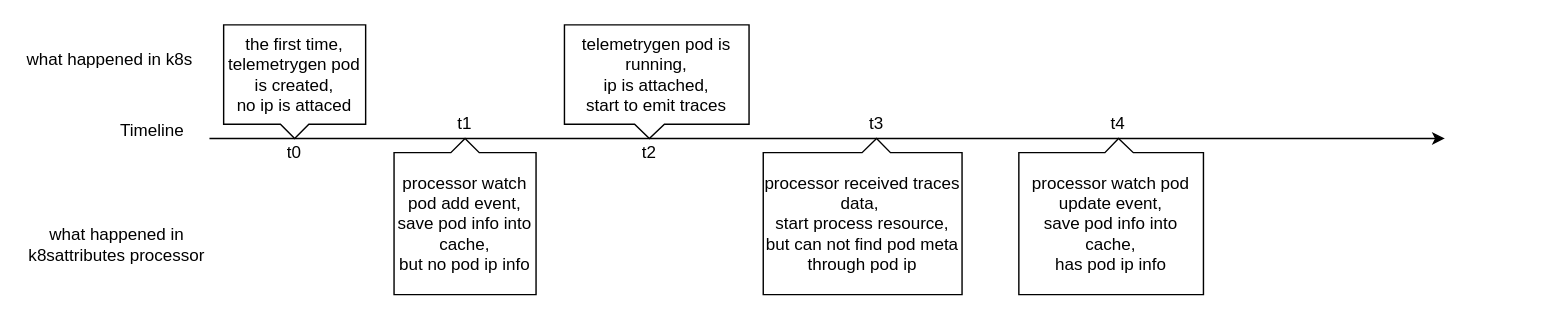
Earlier version of the draw.io diagram opentelemetry/collector/k8sattribute-bug-18892.drawio (fatsheep9146/drawio-registry). Source tidied: cells renumbered, new cells numbered last; positions are measured from the earlier drawing's top-left corner, leaving out a move shared by most shapes. Both pictures are drawn from the tidied source at 142%, with x=0, y=0 at pixel (24, 24).
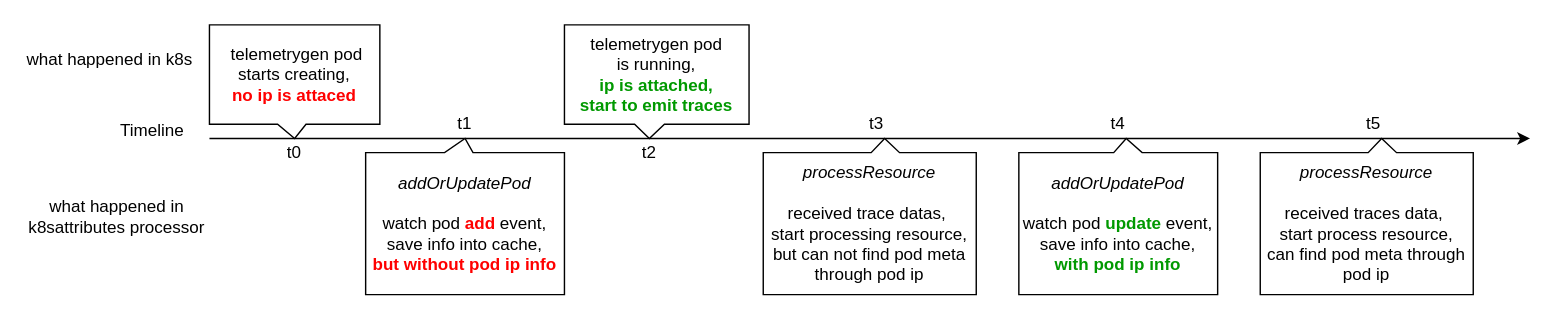
Above is the later version.

Diff of the diagram source:
```diff
@@
 <mxGraphModel>
   <root>
     <mxCell id="0" />
     <mxCell id="1" parent="0" />
     <mxCell id="2" style="endArrow=classic;html=1;rounded=0;" parent="1" edge="1">
       <mxGeometry relative="1" as="geometry">
         <mxPoint x="130" y="80" as="sourcePoint" />
-        <mxPoint x="1000" y="80" as="targetPoint" />
+        <mxPoint x="1060" y="80" as="targetPoint" />
       </mxGeometry>
     </mxCell>
     <mxCell id="3" value="Timeline" style="text;html=1;strokeColor=none;fillColor=none;align=center;verticalAlign=middle;whiteSpace=wrap;rounded=0;" parent="1" vertex="1">
       <mxGeometry x="60" y="60" width="60" height="30" as="geometry" />
     </mxCell>
-    <mxCell id="4" value="the first time, telemetrygen pod is created, &lt;br&gt;no ip is attaced" style="shape=callout;whiteSpace=wrap;html=1;perimeter=calloutPerimeter;size=10;position=0.4;base=20;" parent="1" vertex="1">
-      <mxGeometry x="140" width="100" height="80" as="geometry" />
+    <mxCell id="4" value="&amp;nbsp;telemetrygen pod starts creating, &lt;br&gt;&lt;font color=&quot;#ff0000&quot;&gt;&lt;b&gt;no ip is attaced&lt;/b&gt;&lt;/font&gt;" style="shape=callout;whiteSpace=wrap;html=1;perimeter=calloutPerimeter;size=10;position=0.4;base=20;" parent="1" vertex="1">
+      <mxGeometry x="130" width="120" height="80" as="geometry" />
     </mxCell>
     <mxCell id="5" value="t0" style="text;html=1;strokeColor=none;fillColor=none;align=center;verticalAlign=middle;whiteSpace=wrap;rounded=0;" parent="1" vertex="1">
       <mxGeometry x="160" y="80" width="60" height="20" as="geometry" />
     </mxCell>
-    <mxCell id="6" value="processor watch pod add event, save pod info into cache, &lt;br&gt;but no pod ip info" style="shape=callout;whiteSpace=wrap;html=1;perimeter=calloutPerimeter;size=10;position=0.4;base=20;direction=west;" parent="1" vertex="1">
-      <mxGeometry x="260" y="80" width="100" height="110" as="geometry" />
+    <mxCell id="6" value="&lt;i&gt;addOrUpdatePod&lt;/i&gt;&lt;br&gt;&lt;br&gt;watch pod &lt;b&gt;&lt;font color=&quot;#ff0000&quot;&gt;add&lt;/font&gt;&lt;/b&gt; event, save info into cache, &lt;br&gt;&lt;b&gt;&lt;font color=&quot;#ff0000&quot;&gt;but without pod ip info&lt;/font&gt;&lt;/b&gt;" style="shape=callout;whiteSpace=wrap;html=1;perimeter=calloutPerimeter;size=10;position=0.46;base=20;direction=west;" parent="1" vertex="1">
+      <mxGeometry x="240" y="80" width="140" height="110" as="geometry" />
     </mxCell>
     <mxCell id="7" value="t1" style="text;html=1;strokeColor=none;fillColor=none;align=center;verticalAlign=middle;whiteSpace=wrap;rounded=0;" parent="1" vertex="1">
       <mxGeometry x="280" y="60" width="60" height="20" as="geometry" />
     </mxCell>
     <mxCell id="8" value="what happened in k8s" style="text;html=1;strokeColor=none;fillColor=none;align=center;verticalAlign=middle;whiteSpace=wrap;rounded=0;" parent="1" vertex="1">
       <mxGeometry y="10" width="120" height="30" as="geometry" />
     </mxCell>
     <mxCell id="9" value="what happened in k8sattributes processor" style="text;html=1;strokeColor=none;fillColor=none;align=center;verticalAlign=middle;whiteSpace=wrap;rounded=0;" parent="1" vertex="1">
-      <mxGeometry y="140" width="130" height="30" as="geometry" />
+      <mxGeometry y="120" width="130" height="30" as="geometry" />
     </mxCell>
-    <mxCell id="10" value="telemetrygen pod is running,&lt;br&gt;ip is attached,&lt;br&gt;start to emit traces" style="shape=callout;whiteSpace=wrap;html=1;perimeter=calloutPerimeter;size=10;position=0.38;base=21;position2=0.46;" parent="1" vertex="1">
+    <mxCell id="10" value="telemetrygen pod &lt;br&gt;is running,&lt;br&gt;&lt;font color=&quot;#009900&quot;&gt;&lt;b&gt;ip is attached,&lt;br&gt;start to emit traces&lt;/b&gt;&lt;/font&gt;" style="shape=callout;whiteSpace=wrap;html=1;perimeter=calloutPerimeter;size=10;position=0.38;base=21;position2=0.46;" parent="1" vertex="1">
       <mxGeometry x="380" width="130" height="80" as="geometry" />
     </mxCell>
     <mxCell id="11" value="t2" style="text;html=1;strokeColor=none;fillColor=none;align=center;verticalAlign=middle;whiteSpace=wrap;rounded=0;" parent="1" vertex="1">
       <mxGeometry x="410" y="80" width="60" height="20" as="geometry" />
     </mxCell>
-    <mxCell id="12" value="processor received traces data,&amp;nbsp;&lt;br&gt;start process resource,&lt;br&gt;but can not find pod meta through pod ip" style="shape=callout;whiteSpace=wrap;html=1;perimeter=calloutPerimeter;size=10;position=0.36;base=20;direction=west;position2=0.43;" parent="1" vertex="1">
-      <mxGeometry x="520" y="80" width="140" height="110" as="geometry" />
+    <mxCell id="12" value="&lt;i&gt;processResource&lt;/i&gt;&lt;br&gt;&lt;br&gt;received trace datas,&amp;nbsp;&lt;br&gt;start processing resource,&lt;br&gt;but can not find pod meta through pod ip" style="shape=callout;whiteSpace=wrap;html=1;perimeter=calloutPerimeter;size=10;position=0.36;base=20;direction=west;position2=0.43;" parent="1" vertex="1">
+      <mxGeometry x="520" y="80" width="150" height="110" as="geometry" />
     </mxCell>
     <mxCell id="13" value="t3" style="text;html=1;strokeColor=none;fillColor=none;align=center;verticalAlign=middle;whiteSpace=wrap;rounded=0;" parent="1" vertex="1">
       <mxGeometry x="570" y="60" width="60" height="20" as="geometry" />
     </mxCell>
-    <mxCell id="14" value="processor watch pod update event, &lt;br&gt;save pod info into cache,&lt;br style=&quot;border-color: var(--border-color);&quot;&gt;has pod ip info" style="shape=callout;whiteSpace=wrap;html=1;perimeter=calloutPerimeter;size=10;position=0.38;base=20;direction=west;position2=0.46;" parent="1" vertex="1">
-      <mxGeometry x="700" y="80" width="130" height="110" as="geometry" />
+    <mxCell id="14" value="&lt;i&gt;addOrUpdatePod&lt;/i&gt;&lt;br&gt;&lt;br&gt;watch pod &lt;b&gt;&lt;font color=&quot;#009900&quot;&gt;update&lt;/font&gt;&lt;/b&gt; event, &lt;br&gt;save info into cache,&lt;br style=&quot;border-color: var(--border-color);&quot;&gt;&lt;font color=&quot;#009900&quot;&gt;&lt;b&gt;with pod ip info&lt;/b&gt;&lt;/font&gt;" style="shape=callout;whiteSpace=wrap;html=1;perimeter=calloutPerimeter;size=10;position=0.38;base=20;direction=west;position2=0.46;" parent="1" vertex="1">
+      <mxGeometry x="700" y="80" width="140" height="110" as="geometry" />
     </mxCell>
     <mxCell id="15" value="t4" style="text;html=1;strokeColor=none;fillColor=none;align=center;verticalAlign=middle;whiteSpace=wrap;rounded=0;" parent="1" vertex="1">
       <mxGeometry x="740" y="60" width="60" height="20" as="geometry" />
     </mxCell>
+    <mxCell id="16" value="&lt;i style=&quot;border-color: var(--border-color);&quot;&gt;processResource&lt;br&gt;&lt;/i&gt;&lt;br&gt;received traces data,&amp;nbsp;&lt;br&gt;start process resource,&lt;br&gt;can find pod meta through pod ip" style="shape=callout;whiteSpace=wrap;html=1;perimeter=calloutPerimeter;size=10;position=0.36;base=20;direction=west;position2=0.43;" parent="1" vertex="1">
+      <mxGeometry x="870" y="80" width="150" height="110" as="geometry" />
+    </mxCell>
+    <mxCell id="17" value="t5" style="text;html=1;strokeColor=none;fillColor=none;align=center;verticalAlign=middle;whiteSpace=wrap;rounded=0;" parent="1" vertex="1">
+      <mxGeometry x="920" y="60" width="60" height="20" as="geometry" />
+    </mxCell>
   </root>
 </mxGraphModel>
```
